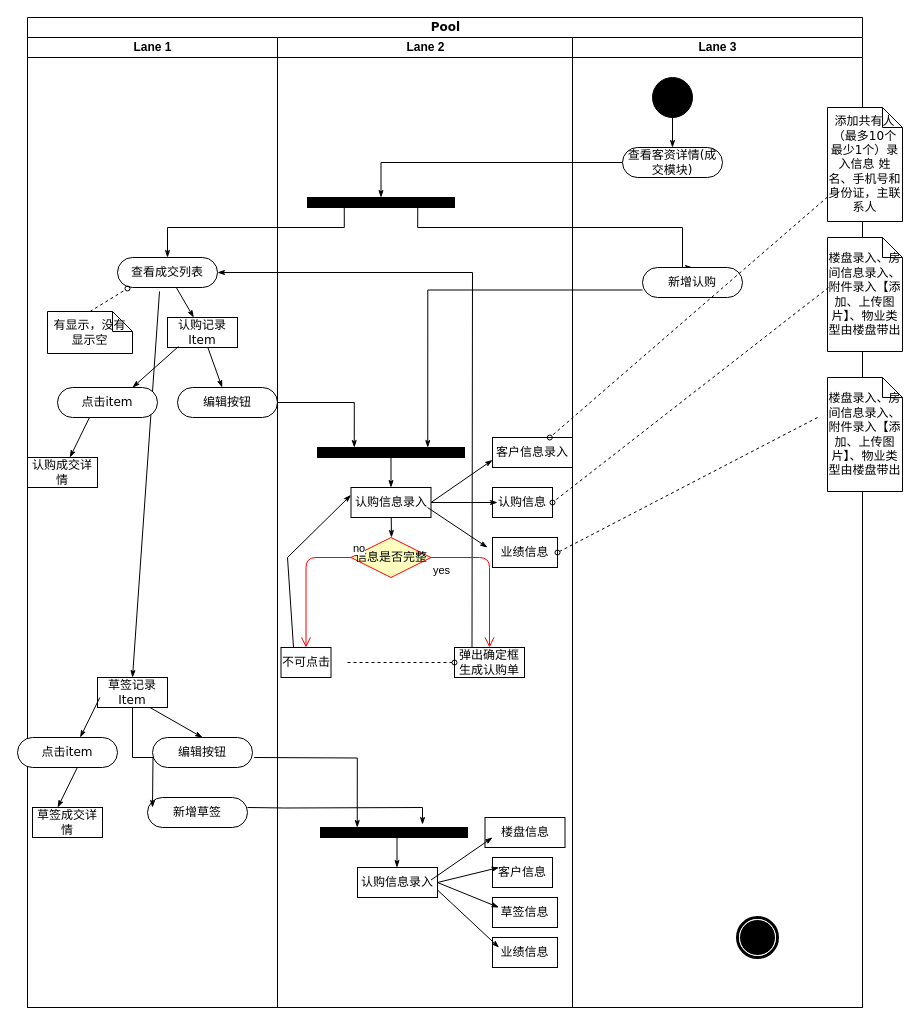
Above: Untitled Diagram.drawio in fochFeng/learngit (draw.io), before the change. Source tidied: cells renumbered, new cells numbered last; positions are measured from the earlier drawing's top-left corner, leaving out a move shared by most shapes. Both pictures are drawn from the tidied source at 100%, with x=0, y=0 at pixel (17, 17).
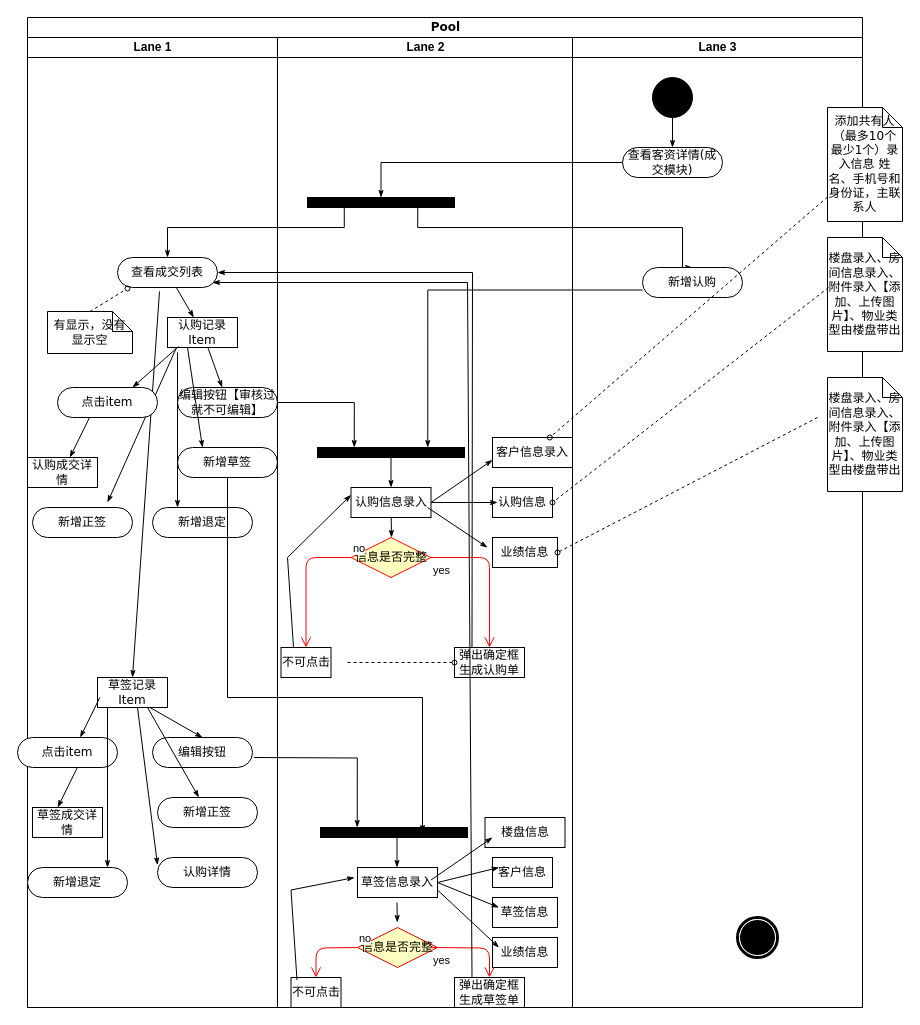
The same diagram, later.

The change refers to these unchanged cells:
```xml
<mxCell id="2" value="Pool" style="swimlane;html=1;startSize=20;rounded=0;shadow=0;comic=0;labelBackgroundColor=none;strokeWidth=1;fontFamily=Verdana;fontSize=12;align=center;" parent="1" vertex="1">
  <mxGeometry x="10" width="835" height="990" as="geometry" />
</mxCell>
<mxCell id="3" value="Lane 1" style="swimlane;html=1;startSize=20;" parent="2" vertex="1">
  <mxGeometry y="20" width="250" height="970" as="geometry" />
</mxCell>
<mxCell id="5" value="查看成交列表" style="rounded=1;whiteSpace=wrap;html=1;shadow=0;comic=0;labelBackgroundColor=none;strokeWidth=1;fontFamily=Verdana;fontSize=12;align=center;arcSize=50;" parent="3" vertex="1">
  <mxGeometry x="90" y="220" width="100" height="30" as="geometry" />
</mxCell>
<mxCell id="12" value="草签记录Item" style="rounded=0;whiteSpace=wrap;html=1;shadow=0;comic=0;labelBackgroundColor=none;strokeWidth=1;fontFamily=Verdana;fontSize=12;align=center;arcSize=50;" parent="3" vertex="1">
  <mxGeometry x="70" y="640" width="70" height="30" as="geometry" />
</mxCell>
<mxCell id="29" value="Lane 2" style="swimlane;html=1;startSize=20;" parent="2" vertex="1">
  <mxGeometry x="250" y="20" width="295" height="970" as="geometry" />
</mxCell>
<mxCell id="30" style="whiteSpace=wrap;html=1;rounded=0;shadow=0;comic=0;labelBackgroundColor=none;strokeWidth=1;fillColor=#000000;fontFamily=Verdana;fontSize=12;align=center;rotation=0;" parent="29" vertex="1">
  <mxGeometry x="30" y="160" width="147" height="10" as="geometry" />
</mxCell>
<mxCell id="32" style="whiteSpace=wrap;html=1;rounded=0;shadow=0;comic=0;labelBackgroundColor=none;strokeWidth=1;fillColor=#000000;fontFamily=Verdana;fontSize=12;align=center;rotation=0;" parent="29" vertex="1">
  <mxGeometry x="40" y="410" width="147" height="10" as="geometry" />
</mxCell>
<mxCell id="33" value="弹出确定框生成认购单 " style="rounded=0;whiteSpace=wrap;html=1;shadow=0;comic=0;labelBackgroundColor=none;strokeWidth=1;fontFamily=Verdana;fontSize=12;align=center;arcSize=50;" parent="29" vertex="1">
  <mxGeometry x="177" y="610" width="70" height="30" as="geometry" />
</mxCell>
<mxCell id="46" style="whiteSpace=wrap;html=1;rounded=0;shadow=0;comic=0;labelBackgroundColor=none;strokeWidth=1;fillColor=#000000;fontFamily=Verdana;fontSize=12;align=center;rotation=0;" parent="29" vertex="1">
  <mxGeometry x="43" y="790" width="147" height="10" as="geometry" />
</mxCell>
<mxCell id="61" value="查看客资详情(成交模块)" style="rounded=1;whiteSpace=wrap;html=1;shadow=0;comic=0;labelBackgroundColor=none;strokeWidth=1;fontFamily=Verdana;fontSize=12;align=center;arcSize=50;" parent="58" vertex="1">
  <mxGeometry x="50" y="110" width="100" height="30" as="geometry" />
</mxCell>
<mxCell id="62" value="新增认购" style="rounded=1;whiteSpace=wrap;html=1;shadow=0;comic=0;labelBackgroundColor=none;strokeWidth=1;fontFamily=Verdana;fontSize=12;align=center;arcSize=50;" parent="58" vertex="1">
  <mxGeometry x="70" y="230" width="100" height="30" as="geometry" />
</mxCell>
```

The edit, as a diff of the source:
```diff
@@
+    <mxCell id="23" style="edgeStyle=orthogonalEdgeStyle;rounded=0;html=1;entryX=0.5;entryY=0;labelBackgroundColor=none;startArrow=none;startFill=0;startSize=5;endArrow=classicThin;endFill=1;endSize=5;jettySize=auto;strokeWidth=1;fontFamily=Verdana;fontSize=12;" parent="2" edge="1" source="61" target="30">
+      <mxGeometry relative="1" as="geometry">
+        <Array as="points">
+          <mxPoint x="354" y="145" />
+        </Array>
+      </mxGeometry>
+    </mxCell>
+    <mxCell id="24" style="edgeStyle=orthogonalEdgeStyle;rounded=0;html=1;exitX=0.75;exitY=1;labelBackgroundColor=none;startArrow=none;startFill=0;startSize=5;endArrow=classicThin;endFill=1;endSize=5;jettySize=auto;strokeWidth=1;fontFamily=Verdana;fontSize=12;entryX=0.5;entryY=0;entryDx=0;entryDy=0;" parent="2" edge="1" source="30" target="62">
+      <mxGeometry relative="1" as="geometry">
+        <Array as="points">
+          <mxPoint x="390" y="210" />
+          <mxPoint x="655" y="210" />
+        </Array>
+      </mxGeometry>
+    </mxCell>
+    <mxCell id="25" style="edgeStyle=orthogonalEdgeStyle;rounded=0;html=1;exitX=0.25;exitY=1;entryX=0.5;entryY=0;labelBackgroundColor=none;startArrow=none;startFill=0;startSize=5;endArrow=classicThin;endFill=1;endSize=5;jettySize=auto;strokeWidth=1;fontFamily=Verdana;fontSize=12;" parent="2" edge="1" source="30" target="5">
+      <mxGeometry relative="1" as="geometry">
+        <Array as="points">
+          <mxPoint x="317" y="210" />
+          <mxPoint x="140" y="210" />
+        </Array>
+      </mxGeometry>
+    </mxCell>
+    <mxCell id="26" style="edgeStyle=orthogonalEdgeStyle;rounded=0;html=1;entryX=0.75;entryY=0;labelBackgroundColor=none;startArrow=none;startFill=0;startSize=5;endArrow=classicThin;endFill=1;endSize=5;jettySize=auto;strokeWidth=1;fontFamily=Verdana;fontSize=12;exitX=0;exitY=0.75;exitDx=0;exitDy=0;" parent="2" edge="1" source="62" target="32">
+      <mxGeometry relative="1" as="geometry" />
+    </mxCell>
+    <mxCell id="27" style="edgeStyle=orthogonalEdgeStyle;rounded=0;html=1;entryX=0.25;entryY=0;labelBackgroundColor=none;startArrow=none;startFill=0;startSize=5;endArrow=classicThin;endFill=1;endSize=5;jettySize=auto;strokeWidth=1;fontFamily=Verdana;fontSize=12;" parent="2" edge="1" source="6" target="32">
+      <mxGeometry relative="1" as="geometry" />
+    </mxCell>
+    <mxCell id="28" style="edgeStyle=none;rounded=0;html=1;labelBackgroundColor=none;startArrow=none;startFill=0;startSize=5;endArrow=classicThin;endFill=1;endSize=5;jettySize=auto;strokeWidth=1;fontFamily=Verdana;fontSize=12;entryX=1;entryY=0.5;entryDx=0;entryDy=0;exitX=0.25;exitY=0;exitDx=0;exitDy=0;" parent="2" edge="1" source="33" target="5">
+      <mxGeometry relative="1" as="geometry">
+        <Array as="points">
+          <mxPoint x="445" y="255" />
+        </Array>
+      </mxGeometry>
+    </mxCell>
@@
-    <mxCell id="6" value="编辑按钮" style="rounded=1;whiteSpace=wrap;html=1;shadow=0;comic=0;labelBackgroundColor=none;strokeWidth=1;fontFamily=Verdana;fontSize=12;align=center;arcSize=50;" parent="3" vertex="1">
+    <mxCell id="6" value="编辑按钮【审核过就不可编辑】" style="rounded=1;whiteSpace=wrap;html=1;shadow=0;comic=0;labelBackgroundColor=none;strokeWidth=1;fontFamily=Verdana;fontSize=12;align=center;arcSize=50;" parent="3" vertex="1">
       <mxGeometry x="150" y="350" width="100" height="30" as="geometry" />
     </mxCell>
@@
     <mxCell id="20" value="新增草签" style="rounded=1;whiteSpace=wrap;html=1;shadow=0;comic=0;labelBackgroundColor=none;strokeWidth=1;fontFamily=Verdana;fontSize=12;align=center;arcSize=50;" parent="3" vertex="1">
-      <mxGeometry x="120" y="760" width="100" height="30" as="geometry" />
+      <mxGeometry x="150" y="410" width="100" height="30" as="geometry" />
     </mxCell>
-    <mxCell id="21" style="edgeStyle=orthogonalEdgeStyle;rounded=0;html=1;labelBackgroundColor=none;startArrow=none;startFill=0;startSize=5;endArrow=classicThin;endFill=1;endSize=5;jettySize=auto;strokeWidth=1;fontFamily=Verdana;fontSize=12;exitX=0.5;exitY=1;exitDx=0;exitDy=0;" parent="3" edge="1" source="12">
-      <mxGeometry relative="1" as="geometry">
-        <mxPoint x="125" y="770" as="targetPoint" />
-      </mxGeometry>
-    </mxCell>
-    <mxCell id="22" style="edgeStyle=orthogonalEdgeStyle;rounded=0;html=1;entryX=0.694;entryY=-0.3;labelBackgroundColor=none;startArrow=none;startFill=0;startSize=5;endArrow=classicThin;endFill=1;endSize=5;jettySize=auto;strokeWidth=1;fontFamily=Verdana;fontSize=12;entryDx=0;entryDy=0;entryPerimeter=0;" parent="3" edge="1" target="46">
-      <mxGeometry relative="1" as="geometry">
-        <mxPoint x="220" y="770" as="sourcePoint" />
-      </mxGeometry>
-    </mxCell>
-    <mxCell id="23" style="edgeStyle=orthogonalEdgeStyle;rounded=0;html=1;entryX=0.5;entryY=0;labelBackgroundColor=none;startArrow=none;startFill=0;startSize=5;endArrow=classicThin;endFill=1;endSize=5;jettySize=auto;strokeWidth=1;fontFamily=Verdana;fontSize=12;" parent="2" edge="1" source="61" target="30">
-      <mxGeometry relative="1" as="geometry">
-        <Array as="points">
-          <mxPoint x="354" y="145" />
-        </Array>
-      </mxGeometry>
-    </mxCell>
-    <mxCell id="24" style="edgeStyle=orthogonalEdgeStyle;rounded=0;html=1;exitX=0.75;exitY=1;labelBackgroundColor=none;startArrow=none;startFill=0;startSize=5;endArrow=classicThin;endFill=1;endSize=5;jettySize=auto;strokeWidth=1;fontFamily=Verdana;fontSize=12;entryX=0.5;entryY=0;entryDx=0;entryDy=0;" parent="2" edge="1" source="30" target="62">
-      <mxGeometry relative="1" as="geometry">
-        <Array as="points">
-          <mxPoint x="390" y="210" />
-          <mxPoint x="655" y="210" />
-        </Array>
-      </mxGeometry>
-    </mxCell>
-    <mxCell id="25" style="edgeStyle=orthogonalEdgeStyle;rounded=0;html=1;exitX=0.25;exitY=1;entryX=0.5;entryY=0;labelBackgroundColor=none;startArrow=none;startFill=0;startSize=5;endArrow=classicThin;endFill=1;endSize=5;jettySize=auto;strokeWidth=1;fontFamily=Verdana;fontSize=12;" parent="2" edge="1" source="30" target="5">
-      <mxGeometry relative="1" as="geometry">
-        <Array as="points">
-          <mxPoint x="317" y="210" />
-          <mxPoint x="140" y="210" />
-        </Array>
-      </mxGeometry>
-    </mxCell>
-    <mxCell id="26" style="edgeStyle=orthogonalEdgeStyle;rounded=0;html=1;entryX=0.75;entryY=0;labelBackgroundColor=none;startArrow=none;startFill=0;startSize=5;endArrow=classicThin;endFill=1;endSize=5;jettySize=auto;strokeWidth=1;fontFamily=Verdana;fontSize=12;exitX=0;exitY=0.75;exitDx=0;exitDy=0;" parent="2" edge="1" source="62" target="32">
-      <mxGeometry relative="1" as="geometry" />
-    </mxCell>
-    <mxCell id="27" style="edgeStyle=orthogonalEdgeStyle;rounded=0;html=1;entryX=0.25;entryY=0;labelBackgroundColor=none;startArrow=none;startFill=0;startSize=5;endArrow=classicThin;endFill=1;endSize=5;jettySize=auto;strokeWidth=1;fontFamily=Verdana;fontSize=12;" parent="2" edge="1" source="6" target="32">
-      <mxGeometry relative="1" as="geometry" />
-    </mxCell>
-    <mxCell id="28" style="edgeStyle=none;rounded=0;html=1;labelBackgroundColor=none;startArrow=none;startFill=0;startSize=5;endArrow=classicThin;endFill=1;endSize=5;jettySize=auto;strokeWidth=1;fontFamily=Verdana;fontSize=12;entryX=1;entryY=0.5;entryDx=0;entryDy=0;exitX=0.25;exitY=0;exitDx=0;exitDy=0;" parent="2" edge="1" source="33" target="5">
-      <mxGeometry relative="1" as="geometry">
-        <Array as="points">
-          <mxPoint x="445" y="255" />
-        </Array>
-      </mxGeometry>
-    </mxCell>
+    <mxCell id="75" style="edgeStyle=none;rounded=0;html=1;labelBackgroundColor=none;startArrow=none;startFill=0;startSize=5;endArrow=classicThin;endFill=1;endSize=5;jettySize=auto;strokeWidth=1;fontFamily=Verdana;fontSize=12;entryX=0.25;entryY=0;entryDx=0;entryDy=0;" parent="3" edge="1" target="20">
+      <mxGeometry relative="1" as="geometry">
+        <mxPoint x="160" y="310" as="sourcePoint" />
+      </mxGeometry>
+    </mxCell>
+    <mxCell id="76" value="新增正签" style="rounded=1;whiteSpace=wrap;html=1;shadow=0;comic=0;labelBackgroundColor=none;strokeWidth=1;fontFamily=Verdana;fontSize=12;align=center;arcSize=50;" parent="3" vertex="1">
+      <mxGeometry x="130" y="760" width="100" height="30" as="geometry" />
+    </mxCell>
+    <mxCell id="77" value="新增正签" style="rounded=1;whiteSpace=wrap;html=1;shadow=0;comic=0;labelBackgroundColor=none;strokeWidth=1;fontFamily=Verdana;fontSize=12;align=center;arcSize=50;" parent="3" vertex="1">
+      <mxGeometry x="5" y="470" width="100" height="30" as="geometry" />
+    </mxCell>
+    <mxCell id="78" value="新增退定" style="rounded=1;whiteSpace=wrap;html=1;shadow=0;comic=0;labelBackgroundColor=none;strokeWidth=1;fontFamily=Verdana;fontSize=12;align=center;arcSize=50;" parent="3" vertex="1">
+      <mxGeometry x="125" y="470" width="100" height="30" as="geometry" />
+    </mxCell>
+    <mxCell id="79" style="edgeStyle=none;rounded=0;html=1;labelBackgroundColor=none;startArrow=none;startFill=0;startSize=5;endArrow=classicThin;endFill=1;endSize=5;jettySize=auto;strokeWidth=1;fontFamily=Verdana;fontSize=12;entryX=0.25;entryY=0;entryDx=0;entryDy=0;" parent="3" edge="1" target="78">
+      <mxGeometry relative="1" as="geometry">
+        <mxPoint x="150" y="315" as="sourcePoint" />
+      </mxGeometry>
+    </mxCell>
+    <mxCell id="80" style="edgeStyle=none;rounded=0;html=1;labelBackgroundColor=none;startArrow=none;startFill=0;startSize=5;endArrow=classicThin;endFill=1;endSize=5;jettySize=auto;orthogonalLoop=1;strokeWidth=1;fontFamily=Verdana;fontSize=12;" parent="3" edge="1">
+      <mxGeometry relative="1" as="geometry">
+        <mxPoint x="149" y="310" as="sourcePoint" />
+        <mxPoint x="80" y="465" as="targetPoint" />
+      </mxGeometry>
+    </mxCell>
+    <mxCell id="81" value="新增退定" style="rounded=1;whiteSpace=wrap;html=1;shadow=0;comic=0;labelBackgroundColor=none;strokeWidth=1;fontFamily=Verdana;fontSize=12;align=center;arcSize=50;" parent="3" vertex="1">
+      <mxGeometry y="830" width="100" height="30" as="geometry" />
+    </mxCell>
+    <mxCell id="82" style="edgeStyle=none;rounded=0;html=1;labelBackgroundColor=none;startArrow=none;startFill=0;startSize=5;endArrow=classicThin;endFill=1;endSize=5;jettySize=auto;strokeWidth=1;fontFamily=Verdana;fontSize=12;entryX=0.8;entryY=0;entryDx=0;entryDy=0;entryPerimeter=0;" parent="3" edge="1" target="81">
+      <mxGeometry relative="1" as="geometry">
+        <mxPoint x="80" y="670" as="sourcePoint" />
+      </mxGeometry>
+    </mxCell>
+    <mxCell id="83" value="认购详情" style="rounded=1;whiteSpace=wrap;html=1;shadow=0;comic=0;labelBackgroundColor=none;strokeWidth=1;fontFamily=Verdana;fontSize=12;align=center;arcSize=50;" parent="3" vertex="1">
+      <mxGeometry x="130" y="820" width="100" height="30" as="geometry" />
+    </mxCell>
+    <mxCell id="84" style="edgeStyle=none;rounded=0;html=1;labelBackgroundColor=none;startArrow=none;startFill=0;startSize=5;endArrow=classicThin;endFill=1;endSize=5;jettySize=auto;strokeWidth=1;fontFamily=Verdana;fontSize=12;entryX=0;entryY=0.25;entryDx=0;entryDy=0;" parent="3" edge="1" target="83">
+      <mxGeometry relative="1" as="geometry">
+        <mxPoint x="110" y="670" as="sourcePoint" />
+      </mxGeometry>
+    </mxCell>
+    <mxCell id="85" style="edgeStyle=none;rounded=0;html=1;labelBackgroundColor=none;startArrow=none;startFill=0;startSize=5;endArrow=classicThin;endFill=1;endSize=5;jettySize=auto;strokeWidth=1;fontFamily=Verdana;fontSize=12;" parent="3" edge="1" target="76">
+      <mxGeometry relative="1" as="geometry">
+        <mxPoint x="120" y="670" as="sourcePoint" />
+      </mxGeometry>
+    </mxCell>
@@
-    <mxCell id="48" value="认购信息录入" style="rounded=0;whiteSpace=wrap;html=1;shadow=0;comic=0;labelBackgroundColor=none;strokeWidth=1;fontFamily=Verdana;fontSize=12;align=center;arcSize=50;direction=south;" parent="29" vertex="1">
+    <mxCell id="48" value="草签信息录入" style="rounded=0;whiteSpace=wrap;html=1;shadow=0;comic=0;labelBackgroundColor=none;strokeWidth=1;fontFamily=Verdana;fontSize=12;align=center;arcSize=50;direction=south;" parent="29" vertex="1">
       <mxGeometry x="80" y="830" width="80" height="30" as="geometry" />
     </mxCell>
@@
+    <mxCell id="86" value="信息是否完整" style="rhombus;whiteSpace=wrap;html=1;fillColor=#ffffc0;strokeColor=#ff0000;" parent="29" vertex="1">
+      <mxGeometry x="80" y="890" width="80" height="40" as="geometry" />
+    </mxCell>
+    <mxCell id="87" style="edgeStyle=none;rounded=0;html=1;labelBackgroundColor=none;startArrow=none;startFill=0;startSize=5;endArrow=classicThin;endFill=1;endSize=5;jettySize=auto;orthogonalLoop=1;strokeWidth=1;fontFamily=Verdana;fontSize=12;" parent="29" edge="1">
+      <mxGeometry relative="1" as="geometry">
+        <mxPoint x="119.5" y="865" as="sourcePoint" />
+        <mxPoint x="119.8" y="885" as="targetPoint" />
+      </mxGeometry>
+    </mxCell>
+    <mxCell id="88" value="no" style="edgeStyle=orthogonalEdgeStyle;html=1;align=left;verticalAlign=bottom;endArrow=open;endSize=8;strokeColor=#ff0000;entryX=0.5;entryY=0;entryDx=0;entryDy=0;" parent="29" edge="1" target="90">
+      <mxGeometry x="-1" relative="1" as="geometry">
+        <mxPoint x="80" y="910" as="sourcePoint" />
+      </mxGeometry>
+    </mxCell>
+    <mxCell id="89" value="yes" style="edgeStyle=orthogonalEdgeStyle;html=1;align=left;verticalAlign=top;endArrow=open;endSize=8;strokeColor=#ff0000;entryX=0.5;entryY=0;entryDx=0;entryDy=0;" parent="29" edge="1" target="91">
+      <mxGeometry x="-1" relative="1" as="geometry">
+        <mxPoint x="153.5" y="910" as="sourcePoint" />
+      </mxGeometry>
+    </mxCell>
+    <mxCell id="90" value="不可点击" style="rounded=0;whiteSpace=wrap;html=1;shadow=0;comic=0;labelBackgroundColor=none;strokeWidth=1;fontFamily=Verdana;fontSize=12;align=center;arcSize=50;" parent="29" vertex="1">
+      <mxGeometry x="13.5" y="940" width="50" height="30" as="geometry" />
+    </mxCell>
+    <mxCell id="91" value="弹出确定框生成草签单 " style="rounded=0;whiteSpace=wrap;html=1;shadow=0;comic=0;labelBackgroundColor=none;strokeWidth=1;fontFamily=Verdana;fontSize=12;align=center;arcSize=50;" parent="29" vertex="1">
+      <mxGeometry x="177" y="940" width="70" height="30" as="geometry" />
+    </mxCell>
+    <mxCell id="92" style="edgeStyle=none;rounded=0;html=1;labelBackgroundColor=none;startArrow=none;startFill=0;startSize=5;endArrow=classicThin;endFill=1;endSize=5;jettySize=auto;strokeWidth=1;fontFamily=Verdana;fontSize=12;entryX=1;entryY=0.5;entryDx=0;entryDy=0;exitX=0.25;exitY=0;exitDx=0;exitDy=0;" parent="29" edge="1" source="91">
+      <mxGeometry relative="1" as="geometry">
+        <mxPoint x="-65" y="245" as="targetPoint" />
+        <Array as="points">
+          <mxPoint x="190" y="245" />
+        </Array>
+      </mxGeometry>
+    </mxCell>
+    <mxCell id="93" style="edgeStyle=none;rounded=0;html=1;labelBackgroundColor=none;startArrow=none;startFill=0;startSize=5;endArrow=classicThin;endFill=1;endSize=5;jettySize=auto;orthogonalLoop=1;strokeWidth=1;fontFamily=Verdana;fontSize=12;exitX=0.25;exitY=0;exitDx=0;exitDy=0;" parent="29" edge="1">
+      <mxGeometry relative="1" as="geometry">
+        <mxPoint x="19.5" y="942.5" as="sourcePoint" />
+        <mxPoint x="77" y="840" as="targetPoint" />
+        <Array as="points">
+          <mxPoint x="13.5" y="852.5" />
+        </Array>
+      </mxGeometry>
+    </mxCell>
@@
+    <mxCell id="22" style="edgeStyle=orthogonalEdgeStyle;rounded=0;html=1;labelBackgroundColor=none;startArrow=none;startFill=0;startSize=5;endArrow=classicThin;endFill=1;endSize=5;jettySize=auto;strokeWidth=1;fontFamily=Verdana;fontSize=12;exitX=0.5;exitY=1;exitDx=0;exitDy=0;" parent="2" edge="1" source="20">
+      <mxGeometry relative="1" as="geometry">
+        <mxPoint x="395" y="815" as="targetPoint" />
+        <Array as="points">
+          <mxPoint x="200" y="680" />
+          <mxPoint x="395" y="680" />
+        </Array>
+      </mxGeometry>
+    </mxCell>
```
